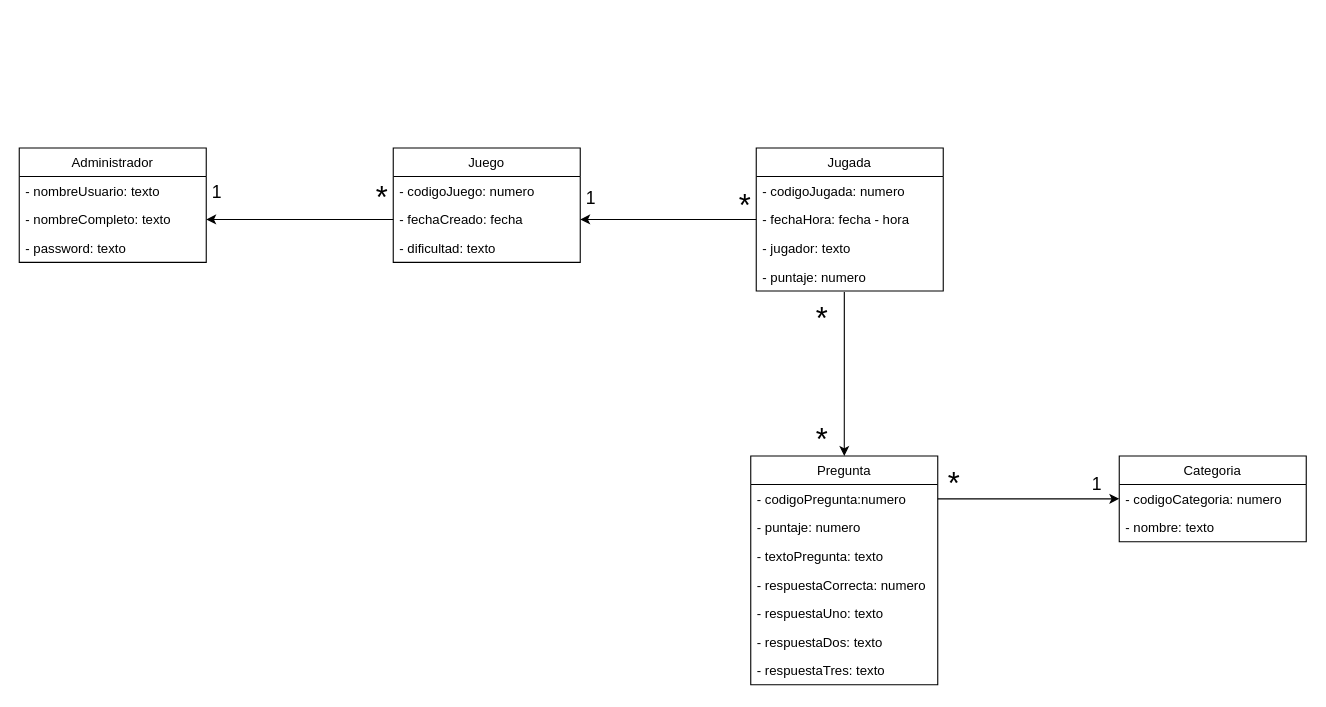
This is Proyecto/diagrams/UML/ModeloConceptual-PFPA-BIOS.drawio from chsenamac/ProyectoFinalPrimeroAnalista, a draw.io file, before an edit. Source tidied: cells renumbered, new cells numbered last; positions are measured from the earlier drawing's top-left corner, leaving out a move shared by most shapes. Both pictures are drawn from the tidied source at 110%, with x=0, y=0 at pixel (19, 147).
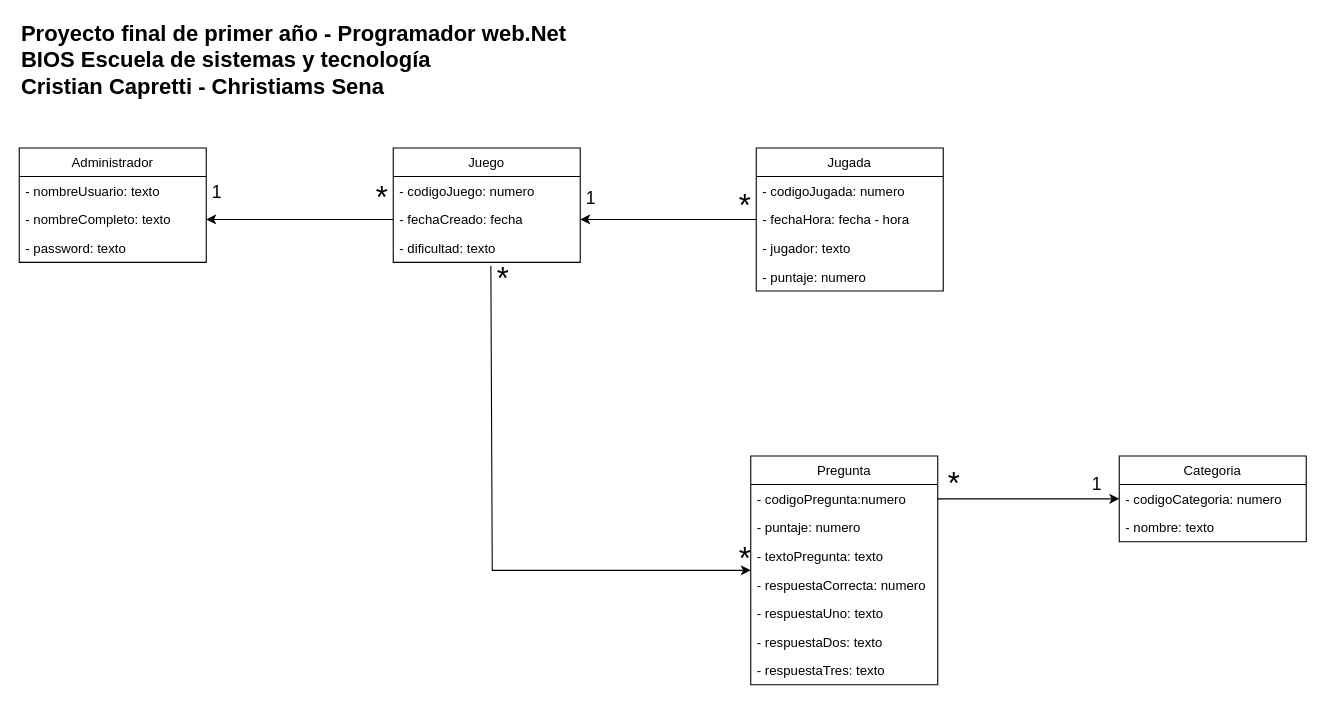
The same diagram, later.

Unchanged cells that the change refers to:
```xml
<mxCell id="9" value="- dificultad: texto" style="text;strokeColor=none;fillColor=none;align=left;verticalAlign=top;spacingLeft=4;spacingRight=4;overflow=hidden;points=[[0,0.5],[1,0.5]];portConstraint=eastwest;" parent="6" vertex="1">
  <mxGeometry y="78" width="170" height="26" as="geometry" />
</mxCell>
<mxCell id="14" value="- puntaje: numero" style="text;strokeColor=none;fillColor=none;align=left;verticalAlign=top;spacingLeft=4;spacingRight=4;overflow=hidden;points=[[0,0.5],[1,0.5]];portConstraint=eastwest;" parent="10" vertex="1">
  <mxGeometry y="104" width="170" height="26" as="geometry" />
</mxCell>
<mxCell id="15" value="Pregunta" style="swimlane;fontStyle=0;horizontal=1;startSize=26;fillColor=none;" parent="1" vertex="1">
  <mxGeometry x="665" y="280" width="170" height="208" as="geometry" />
</mxCell>
```

Change to the diagram source:
```diff
@@
-    <mxCell id="28" style="endArrow=classic;html=1;rounded=0;exitX=0.471;exitY=1.035;exitDx=0;exitDy=0;exitPerimeter=0;endFill=1;" parent="1" edge="1" source="14" target="15">
-      <mxGeometry relative="1" as="geometry" />
+    <mxCell id="28" style="endArrow=classic;html=1;rounded=0;exitX=0.522;exitY=1.128;exitDx=0;exitDy=0;exitPerimeter=0;endFill=1;" parent="1" edge="1" source="9" target="15">
+      <mxGeometry relative="1" as="geometry">
+        <Array as="points">
+          <mxPoint x="430" y="384" />
+        </Array>
+      </mxGeometry>
     </mxCell>
@@
     <mxCell id="32" value="&lt;font style=&quot;font-size: 28px;&quot;&gt;*&lt;/font&gt;" style="text;html=1;strokeColor=none;fillColor=none;align=center;verticalAlign=middle;whiteSpace=wrap;rounded=0;fontSize=16;" parent="1" vertex="1">
-      <mxGeometry x="700" y="250" width="60" height="30" as="geometry" />
+      <mxGeometry x="630" y="358" width="60" height="30" as="geometry" />
     </mxCell>
@@
     <mxCell id="34" value="&lt;font style=&quot;font-size: 28px;&quot;&gt;*&lt;/font&gt;" style="text;html=1;strokeColor=none;fillColor=none;align=center;verticalAlign=middle;whiteSpace=wrap;rounded=0;fontSize=16;" parent="1" vertex="1">
-      <mxGeometry x="700" y="140" width="60" height="30" as="geometry" />
+      <mxGeometry x="410" y="104" width="60" height="30" as="geometry" />
     </mxCell>
@@
+    <mxCell id="38" value="Proyecto final de primer año - Programador web.Net&lt;br style=&quot;font-size: 20px;&quot;&gt;BIOS Escuela de sistemas y tecnología&lt;br style=&quot;font-size: 20px;&quot;&gt;Cristian Capretti - Christiams Sena" style="text;html=1;strokeColor=none;fillColor=none;align=left;verticalAlign=middle;whiteSpace=wrap;rounded=0;fontStyle=1;fontSize=20;" parent="1" vertex="1">
+      <mxGeometry y="-111" width="530" height="60" as="geometry" />
+    </mxCell>
```
